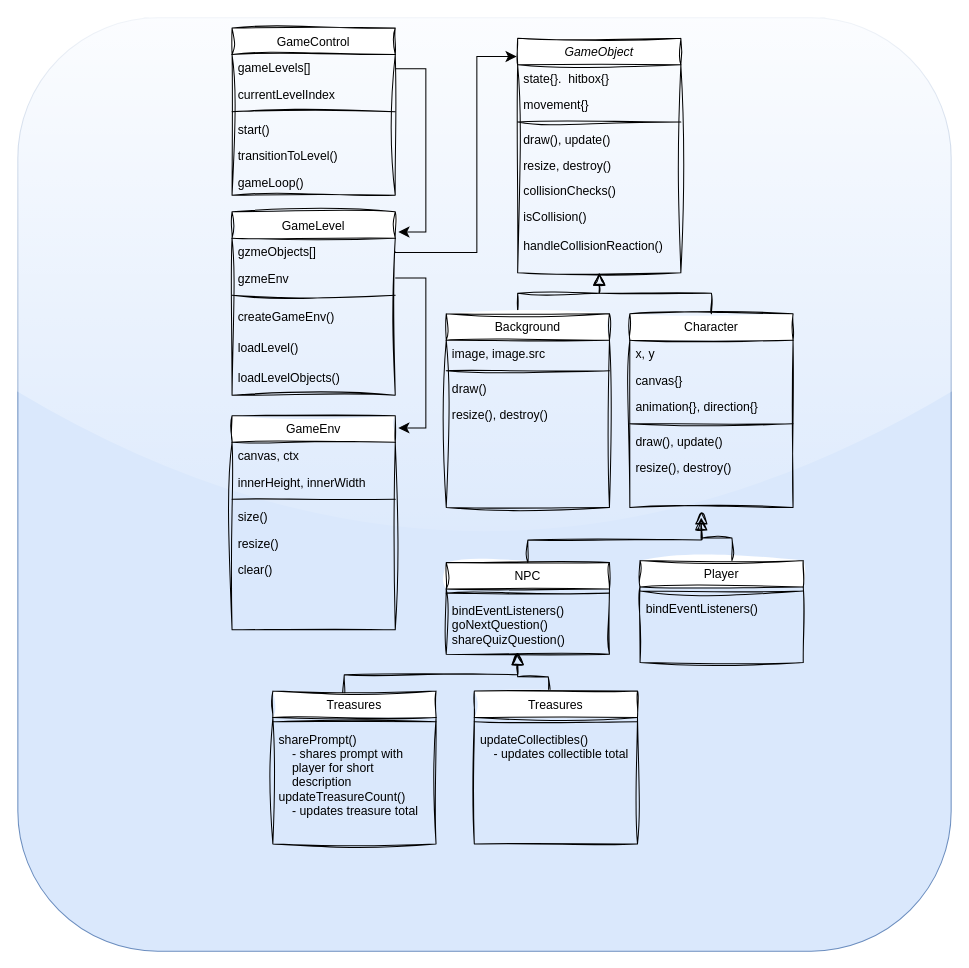
Before: design/alienWorld/gameDiagram.drawio in buythesenbundle/ethanf_2025, a draw.io diagram. Source tidied: cells renumbered, new cells numbered last; positions are measured from the earlier drawing's top-left corner, leaving out a move shared by most shapes. Both pictures are drawn from the tidied source at 102%, with x=0, y=0 at pixel (17, 17).
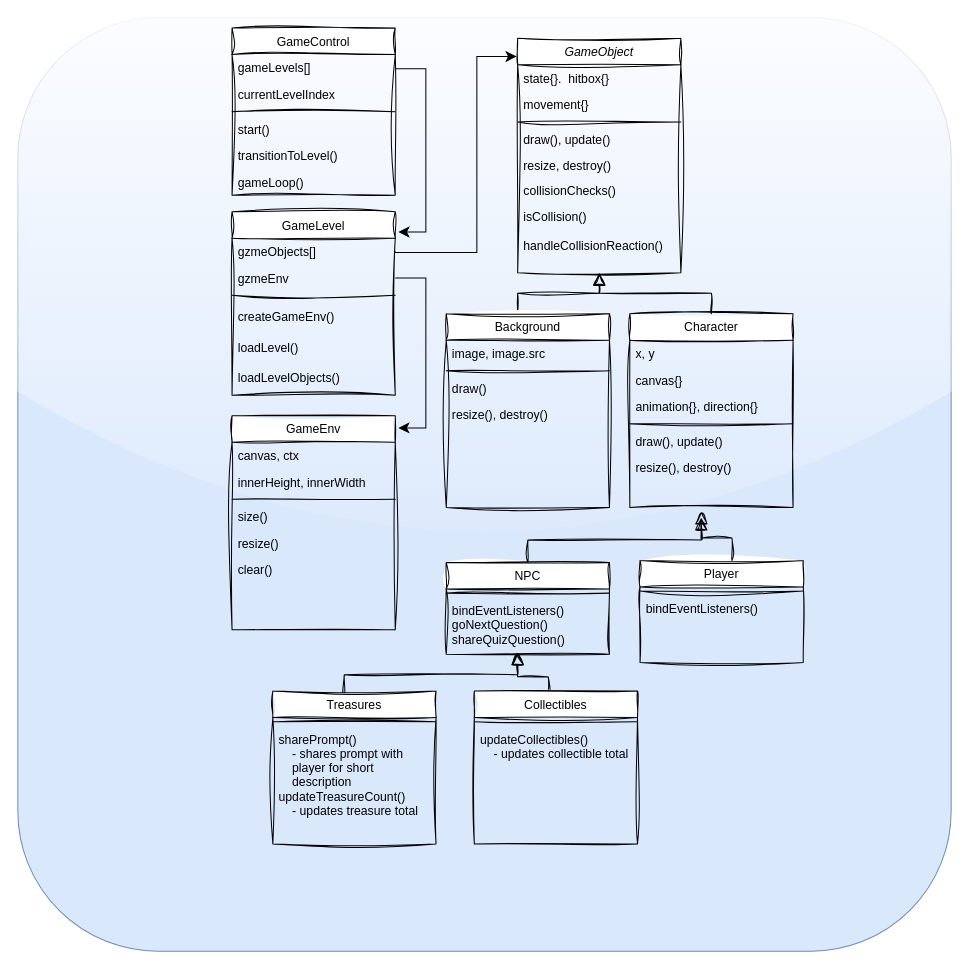
Above is the later version.

What changed in the source:
```diff
@@
-    <mxCell id="63" value="Treasures" style="swimlane;fontStyle=0;align=center;verticalAlign=top;horizontal=1;startSize=26;rounded=0;shadow=0;strokeWidth=1;sketch=1;curveFitting=1;jiggle=2;" parent="1" vertex="1">
+    <mxCell id="63" value="Collectibles" style="swimlane;fontStyle=0;align=center;verticalAlign=top;horizontal=1;startSize=26;rounded=0;shadow=0;strokeWidth=1;sketch=1;curveFitting=1;jiggle=2;" parent="1" vertex="1">
       <mxGeometry x="447.5" y="660" width="160" height="150" as="geometry" />
     </mxCell>
```
